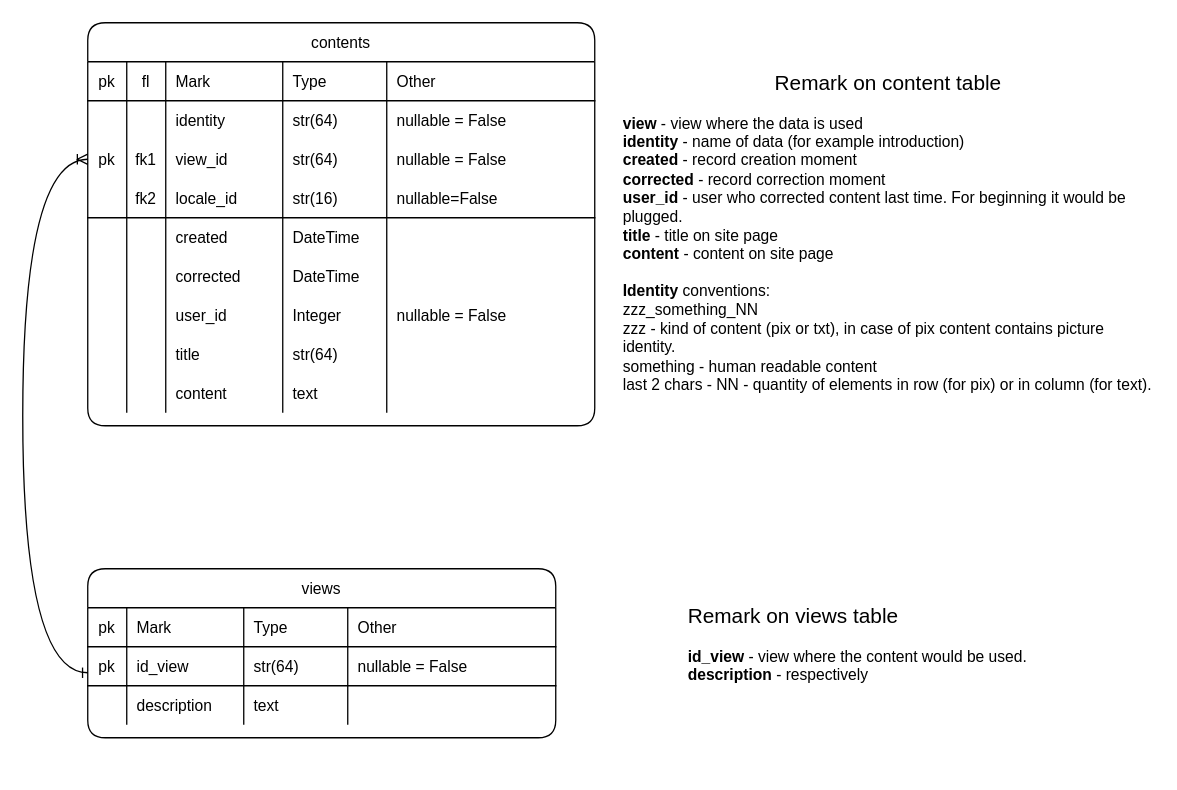
The draw.io diagram page "contents table" (7 of 12) of market-coffee.drawio in Sergey190309/220415-market-caffee, before the edit. Source tidied: cells renumbered, new cells numbered last; positions are measured from the earlier drawing's top-left corner, leaving out a move shared by most shapes. Both pictures are drawn from the tidied source at 130%, with x=0, y=0 at pixel (22, 22).
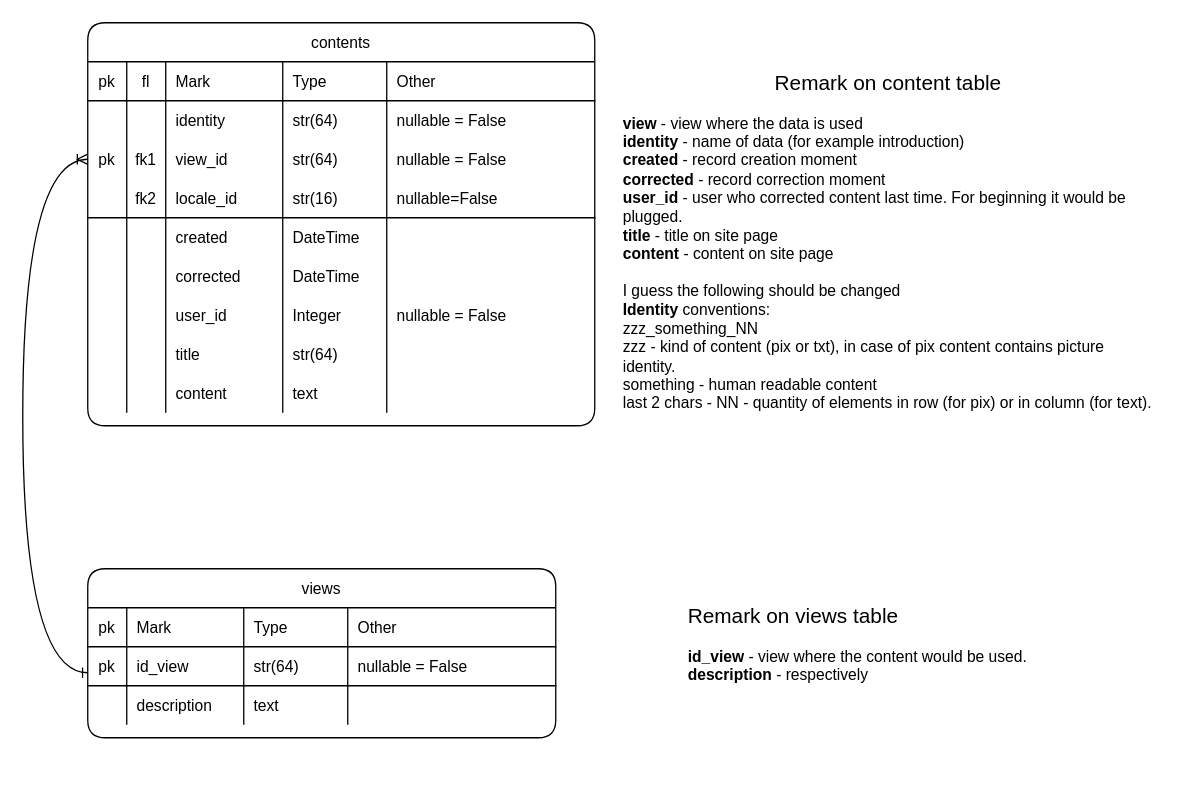
Above is the later version.

The edit, as a diff of the source:
```diff
@@
-    <mxCell id="74" value="&lt;div style=&quot;text-align: center&quot;&gt;&lt;span style=&quot;font-size: 16px&quot;&gt;Remark on content&amp;nbsp;&lt;/span&gt;&lt;span style=&quot;font-size: 16px&quot;&gt;table&lt;/span&gt;&lt;/div&gt;&lt;font style=&quot;font-size: 12px&quot;&gt;&lt;br&gt;&lt;b&gt;view &lt;/b&gt;- view where the data is used&lt;br&gt;&lt;b&gt;identity&lt;/b&gt; - name of data (for example introduction)&lt;br&gt;&lt;b&gt;created&lt;/b&gt;&amp;nbsp;- record creation moment&lt;br&gt;&lt;b&gt;corrected&lt;/b&gt; - record correction moment&lt;br&gt;&lt;b&gt;user_id&lt;/b&gt; - user who corrected content last time. For beginning it would be plugged.&lt;br&gt;&lt;b&gt;title&lt;/b&gt; - title on site page&lt;br&gt;&lt;b&gt;content&lt;/b&gt; - content on site page&lt;br&gt;&lt;br&gt;&lt;b&gt;Identity&lt;/b&gt; conventions:&lt;br&gt;zzz_something_NN&lt;br&gt;zzz - kind of content (pix or txt), in case of pix content contains picture identity.&lt;br&gt;something - human readable content&lt;br&gt;last 2 chars - NN - quantity of elements in row (for pix) or in column (for text).&lt;br&gt;&lt;/font&gt;" style="text;html=1;strokeColor=none;fillColor=none;align=left;verticalAlign=top;whiteSpace=wrap;overflow=hidden;fontSize=12;spacingTop=0;" parent="73" vertex="1">
+    <mxCell id="74" value="&lt;div style=&quot;text-align: center&quot;&gt;&lt;span style=&quot;font-size: 16px&quot;&gt;Remark on content&amp;nbsp;&lt;/span&gt;&lt;span style=&quot;font-size: 16px&quot;&gt;table&lt;/span&gt;&lt;/div&gt;&lt;font style=&quot;font-size: 12px&quot;&gt;&lt;br&gt;&lt;b&gt;view &lt;/b&gt;- view where the data is used&lt;br&gt;&lt;b&gt;identity&lt;/b&gt; - name of data (for example introduction)&lt;br&gt;&lt;b&gt;created&lt;/b&gt;&amp;nbsp;- record creation moment&lt;br&gt;&lt;b&gt;corrected&lt;/b&gt; - record correction moment&lt;br&gt;&lt;b&gt;user_id&lt;/b&gt; - user who corrected content last time. For beginning it would be plugged.&lt;br&gt;&lt;b&gt;title&lt;/b&gt; - title on site page&lt;br&gt;&lt;b&gt;content&lt;/b&gt; - content on site page&lt;br&gt;&lt;br&gt;I guess the following should be changed&lt;br&gt;&lt;b&gt;Identity&lt;/b&gt; conventions:&lt;br&gt;zzz_something_NN&lt;br&gt;zzz - kind of content (pix or txt), in case of pix content contains picture identity.&lt;br&gt;something - human readable content&lt;br&gt;last 2 chars - NN - quantity of elements in row (for pix) or in column (for text).&lt;br&gt;&lt;/font&gt;" style="text;html=1;strokeColor=none;fillColor=none;align=left;verticalAlign=top;whiteSpace=wrap;overflow=hidden;fontSize=12;spacingTop=0;" parent="73" vertex="1">
       <mxGeometry x="460" y="30" width="410" height="290" as="geometry" />
     </mxCell>
```
